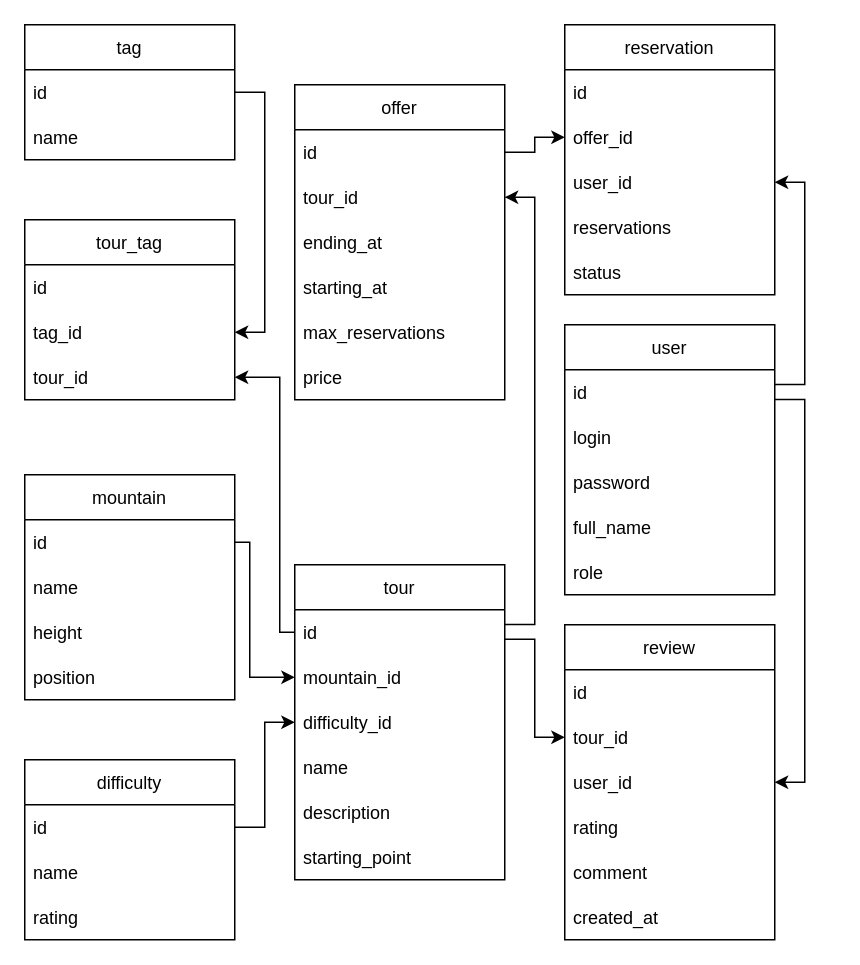
markov-avl/PythonBackend keeps this draw.io diagram as page "logic-model" (2 of 2) of Lab2/models.drawio. Above is the earlier version. Source tidied: cells renumbered, new cells numbered last; positions are measured from the earlier drawing's top-left corner, leaving out a move shared by most shapes. Both pictures are drawn from the tidied source at 150%, with x=0, y=0 at pixel (24, 24).
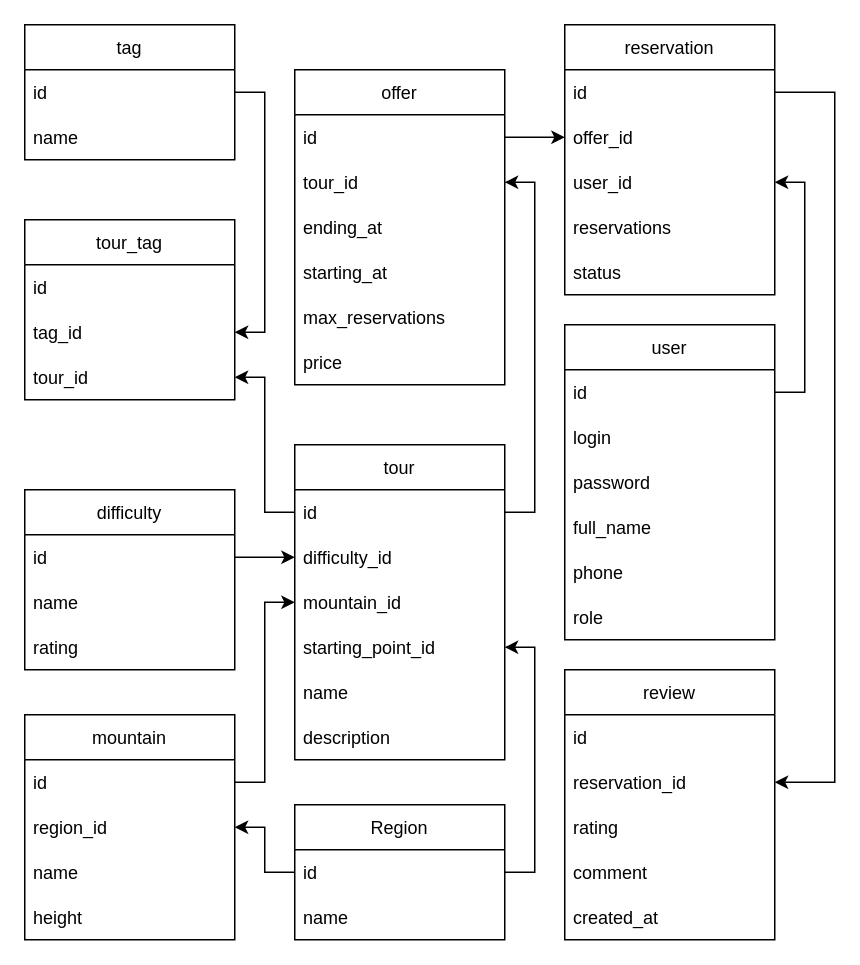
The same diagram, later.

The change refers to these unchanged cells:
```xml
<mxCell id="3" value="id" style="text;strokeColor=none;fillColor=none;align=left;verticalAlign=middle;spacingLeft=4;spacingRight=4;overflow=hidden;points=[[0,0.5],[1,0.5]];portConstraint=eastwest;rounded=0;" parent="2" vertex="1">
  <mxGeometry y="30" width="140" height="30" as="geometry" />
</mxCell>
<mxCell id="9" value="id" style="text;strokeColor=none;fillColor=none;align=left;verticalAlign=middle;spacingLeft=4;spacingRight=4;overflow=hidden;points=[[0,0.5],[1,0.5]];portConstraint=eastwest;rounded=0;" parent="8" vertex="1">
  <mxGeometry y="30" width="140" height="30" as="geometry" />
</mxCell>
<mxCell id="21" value="id" style="text;strokeColor=none;fillColor=none;align=left;verticalAlign=middle;spacingLeft=4;spacingRight=4;overflow=hidden;points=[[0,0.5],[1,0.5]];portConstraint=eastwest;rounded=0;" parent="20" vertex="1">
  <mxGeometry y="30" width="140" height="30" as="geometry" />
</mxCell>
<mxCell id="28" value="id" style="text;strokeColor=none;fillColor=none;align=left;verticalAlign=middle;spacingLeft=4;spacingRight=4;overflow=hidden;points=[[0,0.5],[1,0.5]];portConstraint=eastwest;rounded=0;" parent="27" vertex="1">
  <mxGeometry y="30" width="140" height="30" as="geometry" />
</mxCell>
<mxCell id="30" value="user_id" style="text;strokeColor=none;fillColor=none;align=left;verticalAlign=middle;spacingLeft=4;spacingRight=4;overflow=hidden;points=[[0,0.5],[1,0.5]];portConstraint=eastwest;rounded=0;" parent="27" vertex="1">
  <mxGeometry y="90" width="140" height="30" as="geometry" />
</mxCell>
<mxCell id="43" value="tour_id" style="text;strokeColor=none;fillColor=none;align=left;verticalAlign=middle;spacingLeft=4;spacingRight=4;overflow=hidden;points=[[0,0.5],[1,0.5]];portConstraint=eastwest;rounded=0;" parent="40" vertex="1">
  <mxGeometry y="90" width="140" height="30" as="geometry" />
</mxCell>
<mxCell id="51" value="tour_id" style="text;strokeColor=none;fillColor=none;align=left;verticalAlign=middle;spacingLeft=4;spacingRight=4;overflow=hidden;points=[[0,0.5],[1,0.5]];portConstraint=eastwest;rounded=0;" parent="49" vertex="1">
  <mxGeometry y="60" width="140" height="30" as="geometry" />
</mxCell>
```

What changed in the source:
```diff
@@
     <mxCell id="2" value="user" style="swimlane;fontStyle=0;horizontal=1;startSize=30;rounded=0;" parent="1" vertex="1">
-      <mxGeometry x="360" y="200" width="140" height="180" as="geometry" />
+      <mxGeometry x="360" y="200" width="140" height="210" as="geometry" />
     </mxCell>
@@
+    <mxCell id="60" value="phone" style="text;strokeColor=none;fillColor=none;align=left;verticalAlign=middle;spacingLeft=4;spacingRight=4;overflow=hidden;rounded=0;" parent="2" vertex="1">
+      <mxGeometry y="150" width="140" height="30" as="geometry" />
+    </mxCell>
     <mxCell id="7" value="role" style="text;strokeColor=none;fillColor=none;align=left;verticalAlign=middle;spacingLeft=4;spacingRight=4;overflow=hidden;rounded=0;" parent="2" vertex="1">
-      <mxGeometry y="150" width="140" height="30" as="geometry" />
+      <mxGeometry y="180" width="140" height="30" as="geometry" />
     </mxCell>
     <mxCell id="8" value="mountain" style="swimlane;fontStyle=0;horizontal=1;startSize=30;rounded=0;" parent="1" vertex="1">
-      <mxGeometry y="300" width="140" height="150" as="geometry" />
+      <mxGeometry y="460" width="140" height="150" as="geometry" />
     </mxCell>
@@
+    <mxCell id="12" value="region_id" style="text;strokeColor=none;fillColor=none;align=left;verticalAlign=middle;spacingLeft=4;spacingRight=4;overflow=hidden;points=[[0,0.5],[1,0.5]];portConstraint=eastwest;rounded=0;" parent="8" vertex="1">
+      <mxGeometry y="60" width="140" height="30" as="geometry" />
+    </mxCell>
     <mxCell id="10" value="name" style="text;strokeColor=none;fillColor=none;align=left;verticalAlign=middle;spacingLeft=4;spacingRight=4;overflow=hidden;rounded=0;" parent="8" vertex="1">
-      <mxGeometry y="60" width="140" height="30" as="geometry" />
+      <mxGeometry y="90" width="140" height="30" as="geometry" />
     </mxCell>
     <mxCell id="11" value="height" style="text;strokeColor=none;fillColor=none;align=left;verticalAlign=middle;spacingLeft=4;spacingRight=4;overflow=hidden;rounded=0;" parent="8" vertex="1">
-      <mxGeometry y="90" width="140" height="30" as="geometry" />
+      <mxGeometry y="120" width="140" height="30" as="geometry" />
     </mxCell>
-    <mxCell id="12" value="position" style="text;strokeColor=none;fillColor=none;align=left;verticalAlign=middle;spacingLeft=4;spacingRight=4;overflow=hidden;points=[[0,0.5],[1,0.5]];portConstraint=eastwest;rounded=0;" parent="8" vertex="1">
-      <mxGeometry y="120" width="140" height="30" as="geometry" />
-    </mxCell>
     <mxCell id="13" value="difficulty" style="swimlane;fontStyle=0;horizontal=1;startSize=30;rounded=0;" parent="1" vertex="1">
-      <mxGeometry y="490" width="140" height="120" as="geometry" />
+      <mxGeometry y="310" width="140" height="120" as="geometry" />
     </mxCell>
@@
     <mxCell id="20" value="tour" style="swimlane;fontStyle=0;horizontal=1;startSize=30;rounded=0;" parent="1" vertex="1">
-      <mxGeometry x="180" y="360" width="140" height="210" as="geometry" />
+      <mxGeometry x="180" y="280" width="140" height="210" as="geometry" />
     </mxCell>
@@
+    <mxCell id="23" value="difficulty_id" style="text;strokeColor=none;fillColor=none;align=left;verticalAlign=middle;spacingLeft=4;spacingRight=4;overflow=hidden;points=[[0,0.5],[1,0.5]];portConstraint=eastwest;rounded=0;" parent="20" vertex="1">
+      <mxGeometry y="60" width="140" height="30" as="geometry" />
+    </mxCell>
     <mxCell id="22" value="mountain_id" style="text;strokeColor=none;fillColor=none;align=left;verticalAlign=middle;spacingLeft=4;spacingRight=4;overflow=hidden;points=[[0,0.5],[1,0.5]];portConstraint=eastwest;rounded=0;" parent="20" vertex="1">
-      <mxGeometry y="60" width="140" height="30" as="geometry" />
+      <mxGeometry y="90" width="140" height="30" as="geometry" />
     </mxCell>
-    <mxCell id="23" value="difficulty_id" style="text;strokeColor=none;fillColor=none;align=left;verticalAlign=middle;spacingLeft=4;spacingRight=4;overflow=hidden;points=[[0,0.5],[1,0.5]];portConstraint=eastwest;rounded=0;" parent="20" vertex="1">
-      <mxGeometry y="90" width="140" height="30" as="geometry" />
-    </mxCell>
+    <mxCell id="26" value="starting_point_id" style="text;strokeColor=none;fillColor=none;align=left;verticalAlign=middle;spacingLeft=4;spacingRight=4;overflow=hidden;points=[[0,0.5],[1,0.5]];portConstraint=eastwest;rounded=0;" parent="20" vertex="1">
+      <mxGeometry y="120" width="140" height="30" as="geometry" />
+    </mxCell>
     <mxCell id="24" value="name" style="text;strokeColor=none;fillColor=none;align=left;verticalAlign=middle;spacingLeft=4;spacingRight=4;overflow=hidden;rounded=0;" parent="20" vertex="1">
-      <mxGeometry y="120" width="140" height="30" as="geometry" />
+      <mxGeometry y="150" width="140" height="30" as="geometry" />
     </mxCell>
     <mxCell id="25" value="description" style="text;strokeColor=none;fillColor=none;align=left;verticalAlign=middle;spacingLeft=4;spacingRight=4;overflow=hidden;rounded=0;" parent="20" vertex="1">
-      <mxGeometry y="150" width="140" height="30" as="geometry" />
+      <mxGeometry y="180" width="140" height="30" as="geometry" />
     </mxCell>
-    <mxCell id="26" value="starting_point" style="text;strokeColor=none;fillColor=none;align=left;verticalAlign=middle;spacingLeft=4;spacingRight=4;overflow=hidden;points=[[0,0.5],[1,0.5]];portConstraint=eastwest;rounded=0;" parent="20" vertex="1">
-      <mxGeometry y="180" width="140" height="30" as="geometry" />
-    </mxCell>
@@
     <mxCell id="33" value="review" style="swimlane;fontStyle=0;horizontal=1;startSize=30;rounded=0;" parent="1" vertex="1">
-      <mxGeometry x="360" y="400" width="140" height="210" as="geometry" />
+      <mxGeometry x="360" y="430" width="140" height="180" as="geometry" />
     </mxCell>
@@
-    <mxCell id="35" value="tour_id" style="text;strokeColor=none;fillColor=none;align=left;verticalAlign=middle;spacingLeft=4;spacingRight=4;overflow=hidden;points=[[0,0.5],[1,0.5]];portConstraint=eastwest;rounded=0;" parent="33" vertex="1">
-      <mxGeometry y="60" width="140" height="30" as="geometry" />
-    </mxCell>
-    <mxCell id="36" value="user_id" style="text;strokeColor=none;fillColor=none;align=left;verticalAlign=middle;spacingLeft=4;spacingRight=4;overflow=hidden;points=[[0,0.5],[1,0.5]];portConstraint=eastwest;rounded=0;" parent="33" vertex="1">
-      <mxGeometry y="90" width="140" height="30" as="geometry" />
+    <mxCell id="36" value="reservation_id" style="text;strokeColor=none;fillColor=none;align=left;verticalAlign=middle;spacingLeft=4;spacingRight=4;overflow=hidden;points=[[0,0.5],[1,0.5]];portConstraint=eastwest;rounded=0;" parent="33" vertex="1">
+      <mxGeometry y="60" width="140" height="30" as="geometry" />
     </mxCell>
     <mxCell id="37" value="rating" style="text;strokeColor=none;fillColor=none;align=left;verticalAlign=middle;spacingLeft=4;spacingRight=4;overflow=hidden;rounded=0;" parent="33" vertex="1">
-      <mxGeometry y="120" width="140" height="30" as="geometry" />
+      <mxGeometry y="90" width="140" height="30" as="geometry" />
     </mxCell>
     <mxCell id="38" value="comment" style="text;strokeColor=none;fillColor=none;align=left;verticalAlign=middle;spacingLeft=4;spacingRight=4;overflow=hidden;rounded=0;" parent="33" vertex="1">
-      <mxGeometry y="150" width="140" height="30" as="geometry" />
+      <mxGeometry y="120" width="140" height="30" as="geometry" />
     </mxCell>
     <mxCell id="39" value="created_at" style="text;strokeColor=none;fillColor=none;align=left;verticalAlign=middle;spacingLeft=4;spacingRight=4;overflow=hidden;rounded=0;" parent="33" vertex="1">
-      <mxGeometry y="180" width="140" height="30" as="geometry" />
+      <mxGeometry y="150" width="140" height="30" as="geometry" />
     </mxCell>
@@
-    <mxCell id="45" style="edgeStyle=orthogonalEdgeStyle;rounded=0;html=1;exitX=0.998;exitY=0.328;exitDx=0;exitDy=0;entryX=1;entryY=0.5;entryDx=0;entryDy=0;elbow=vertical;exitPerimeter=0;" parent="1" edge="1" source="3" target="30">
+    <mxCell id="45" style="edgeStyle=orthogonalEdgeStyle;rounded=0;html=1;exitX=1;exitY=0.5;exitDx=0;exitDy=0;entryX=1;entryY=0.5;entryDx=0;entryDy=0;elbow=vertical;" parent="1" edge="1" source="3" target="30">
       <mxGeometry relative="1" as="geometry">
         <Array as="points">
-          <mxPoint x="520" y="240" />
+          <mxPoint x="520" y="245" />
           <mxPoint x="520" y="105" />
         </Array>
       </mxGeometry>
     </mxCell>
-    <mxCell id="46" style="edgeStyle=orthogonalEdgeStyle;rounded=0;html=1;elbow=vertical;entryX=0;entryY=0.5;entryDx=0;entryDy=0;exitX=0.997;exitY=0.656;exitDx=0;exitDy=0;exitPerimeter=0;" parent="1" edge="1" source="21" target="35">
-      <mxGeometry relative="1" as="geometry">
-        <Array as="points">
-          <mxPoint x="340" y="410" />
-          <mxPoint x="340" y="475" />
-        </Array>
-      </mxGeometry>
-    </mxCell>
-    <mxCell id="47" style="edgeStyle=orthogonalEdgeStyle;rounded=0;html=1;entryX=1;entryY=0.5;entryDx=0;entryDy=0;elbow=vertical;exitX=1.001;exitY=0.66;exitDx=0;exitDy=0;exitPerimeter=0;" parent="1" edge="1" source="3" target="36">
-      <mxGeometry relative="1" as="geometry">
-        <Array as="points">
-          <mxPoint x="520" y="250" />
-          <mxPoint x="520" y="505" />
-        </Array>
-      </mxGeometry>
-    </mxCell>
-    <mxCell id="48" style="edgeStyle=orthogonalEdgeStyle;rounded=0;html=1;exitX=1;exitY=0.5;exitDx=0;exitDy=0;entryX=0;entryY=0.5;entryDx=0;entryDy=0;elbow=vertical;" parent="1" edge="1" source="9" target="22">
-      <mxGeometry relative="1" as="geometry">
-        <Array as="points">
-          <mxPoint x="150" y="345" />
-          <mxPoint x="150" y="435" />
-        </Array>
-      </mxGeometry>
-    </mxCell>
     <mxCell id="49" value="offer" style="swimlane;fontStyle=0;horizontal=1;startSize=30;rounded=0;" parent="1" vertex="1">
-      <mxGeometry x="180" y="40" width="140" height="210" as="geometry" />
+      <mxGeometry x="180" y="30" width="140" height="210" as="geometry" />
     </mxCell>
@@
-    <mxCell id="56" style="edgeStyle=orthogonalEdgeStyle;rounded=0;html=1;exitX=1;exitY=0.327;exitDx=0;exitDy=0;entryX=1;entryY=0.5;entryDx=0;entryDy=0;elbow=vertical;exitPerimeter=0;" parent="1" edge="1" source="21" target="51">
-      <mxGeometry relative="1" as="geometry">
-        <Array as="points">
-          <mxPoint x="340" y="400" />
-          <mxPoint x="340" y="115" />
-        </Array>
-      </mxGeometry>
-    </mxCell>
@@
     <mxCell id="59" style="edgeStyle=orthogonalEdgeStyle;rounded=0;html=1;exitX=0;exitY=0.5;exitDx=0;exitDy=0;entryX=1;entryY=0.5;entryDx=0;entryDy=0;strokeColor=#000000;elbow=vertical;" parent="1" edge="1" source="21" target="43">
       <mxGeometry relative="1" as="geometry">
         <Array as="points">
-          <mxPoint x="170" y="405" />
-          <mxPoint x="170" y="235" />
+          <mxPoint x="160" y="325" />
+          <mxPoint x="160" y="235" />
         </Array>
       </mxGeometry>
     </mxCell>
+    <mxCell id="61" value="Region" style="swimlane;fontStyle=0;horizontal=1;startSize=30;rounded=0;" parent="1" vertex="1">
+      <mxGeometry x="180" y="520" width="140" height="90" as="geometry" />
+    </mxCell>
+    <mxCell id="62" value="id" style="text;strokeColor=none;fillColor=none;align=left;verticalAlign=middle;spacingLeft=4;spacingRight=4;overflow=hidden;points=[[0,0.5],[1,0.5]];portConstraint=eastwest;rounded=0;" parent="61" vertex="1">
+      <mxGeometry y="30" width="140" height="30" as="geometry" />
+    </mxCell>
+    <mxCell id="63" value="name" style="text;strokeColor=none;fillColor=none;align=left;verticalAlign=middle;spacingLeft=4;spacingRight=4;overflow=hidden;rounded=0;" parent="61" vertex="1">
+      <mxGeometry y="60" width="140" height="30" as="geometry" />
+    </mxCell>
+    <mxCell id="48" style="edgeStyle=orthogonalEdgeStyle;html=1;exitX=1;exitY=0.5;exitDx=0;exitDy=0;entryX=0;entryY=0.5;entryDx=0;entryDy=0;rounded=0;strokeColor=default;" parent="1" edge="1" source="9" target="22">
+      <mxGeometry relative="1" as="geometry" />
+    </mxCell>
+    <mxCell id="64" style="edgeStyle=orthogonalEdgeStyle;rounded=0;html=1;exitX=1;exitY=0.5;exitDx=0;exitDy=0;entryX=1;entryY=0.5;entryDx=0;entryDy=0;strokeColor=default;" parent="1" edge="1" source="28" target="36">
+      <mxGeometry relative="1" as="geometry">
+        <Array as="points">
+          <mxPoint x="540" y="45" />
+          <mxPoint x="540" y="505" />
+        </Array>
+      </mxGeometry>
+    </mxCell>
+    <mxCell id="56" style="edgeStyle=orthogonalEdgeStyle;rounded=0;html=1;exitX=1;exitY=0.5;exitDx=0;exitDy=0;entryX=1;entryY=0.5;entryDx=0;entryDy=0;strokeColor=default;" parent="1" edge="1" source="21" target="51">
+      <mxGeometry relative="1" as="geometry">
+        <Array as="points">
+          <mxPoint x="340" y="325" />
+          <mxPoint x="340" y="105" />
+        </Array>
+      </mxGeometry>
+    </mxCell>
+    <mxCell id="65" style="edgeStyle=orthogonalEdgeStyle;rounded=0;html=1;exitX=0;exitY=0.5;exitDx=0;exitDy=0;entryX=1;entryY=0.5;entryDx=0;entryDy=0;strokeColor=default;" parent="1" edge="1" source="62" target="12">
+      <mxGeometry relative="1" as="geometry" />
+    </mxCell>
+    <mxCell id="66" style="edgeStyle=orthogonalEdgeStyle;rounded=0;html=1;exitX=1;exitY=0.5;exitDx=0;exitDy=0;entryX=1;entryY=0.5;entryDx=0;entryDy=0;strokeColor=default;" parent="1" edge="1" source="62" target="26">
+      <mxGeometry relative="1" as="geometry">
+        <Array as="points">
+          <mxPoint x="340" y="565" />
+          <mxPoint x="340" y="415" />
+        </Array>
+      </mxGeometry>
+    </mxCell>
```
